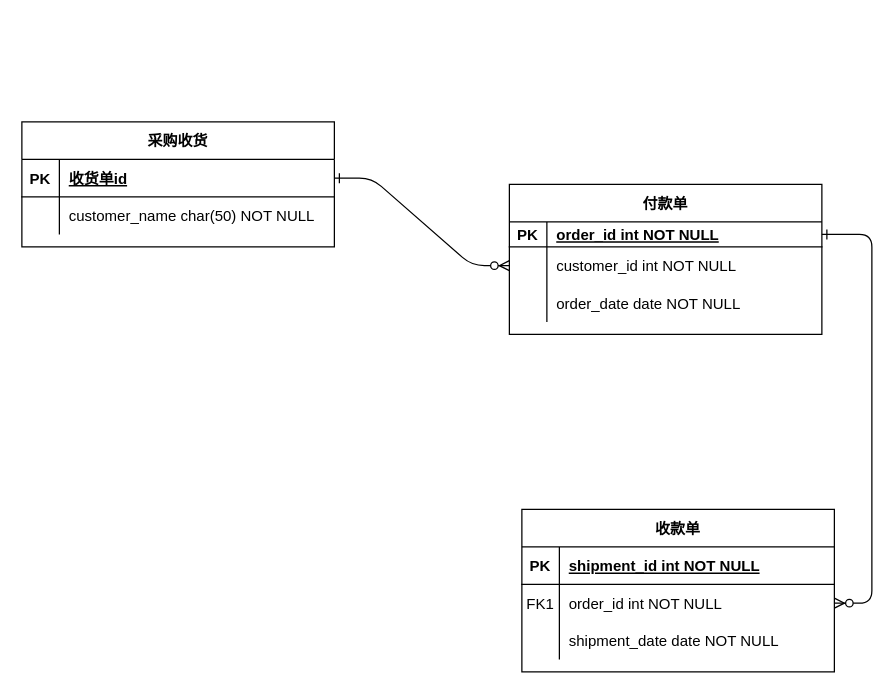
Earlier version of the draw.io diagram wason.drawio (lingpengzhou/diagrams.io). Source tidied: cells renumbered, new cells numbered last; positions are measured from the earlier drawing's top-left corner, leaving out a move shared by most shapes. Both pictures are drawn from the tidied source at 125%, with x=0, y=0 at pixel (21, 121).
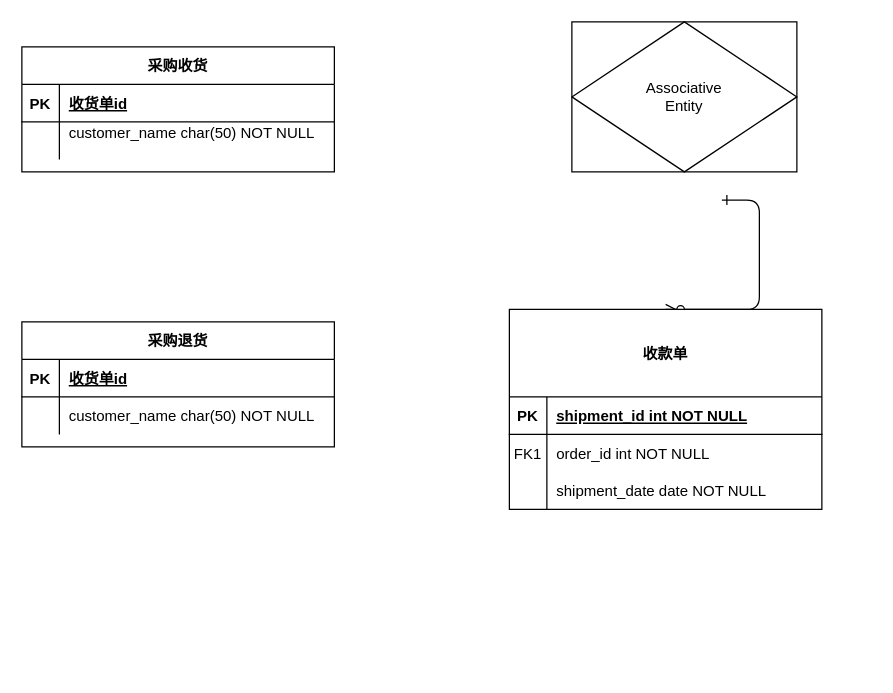
The same diagram, later.

The change refers to these unchanged cells:
```xml
<mxCell id="25" style="shape=partialRectangle;fillColor=none;points=[[0,0.5],[1,0.5]];portConstraint=eastwest;top=0;left=0;right=0;bottom=1;" parent="24" vertex="1">
  <mxGeometry y="30" width="250" height="30" as="geometry" />
</mxCell>
<mxCell id="28" style="shape=partialRectangle;fillColor=none;top=0;left=0;right=0;bottom=0;" parent="24" vertex="1">
  <mxGeometry y="60" width="250" height="30" as="geometry" />
</mxCell>
```

The edit, as a diff of the source:
```diff
@@
-    <mxCell id="2" style="edgeStyle=entityRelationEdgeStyle;endArrow=ERzeroToMany;startArrow=ERone;endFill=1;startFill=0;" parent="1" edge="1" source="25" target="8">
-      <mxGeometry relative="1" as="geometry" />
-    </mxCell>
-    <mxCell id="3" style="edgeStyle=entityRelationEdgeStyle;endArrow=ERzeroToMany;startArrow=ERone;endFill=1;startFill=0;" parent="1" edge="1" source="5" target="18">
-      <mxGeometry relative="1" as="geometry" />
+    <mxCell id="3" style="edgeStyle=entityRelationEdgeStyle;endArrow=ERzeroToMany;startArrow=ERone;endFill=1;startFill=0;entryX=0.5;entryY=0;entryDx=0;entryDy=0;" parent="1" edge="1" target="14">
+      <mxGeometry relative="1" as="geometry">
+        <mxPoint x="560" y="62.5" as="sourcePoint" />
+      </mxGeometry>
     </mxCell>
-    <mxCell id="4" value="付款单" style="shape=table;startSize=30;childLayout=tableLayout;rowLines=0;fontStyle=1;align=center;" parent="1" vertex="1">
-      <mxGeometry x="390" y="50" width="250" height="120" as="geometry" />
-    </mxCell>
-    <mxCell id="5" style="shape=partialRectangle;fillColor=none;points=[[0,0.5],[1,0.5]];portConstraint=eastwest;top=0;left=0;right=0;bottom=1;" parent="4" vertex="1">
-      <mxGeometry y="30" width="250" height="20" as="geometry" />
-    </mxCell>
-    <mxCell id="6" value="PK" style="shape=partialRectangle;overflow=hidden;fillColor=none;top=0;left=0;bottom=0;right=0;fontStyle=1;" parent="5" vertex="1">
-      <mxGeometry width="30" height="20" as="geometry" />
-    </mxCell>
-    <mxCell id="7" value="order_id int NOT NULL " style="shape=partialRectangle;overflow=hidden;fillColor=none;top=0;left=0;bottom=0;right=0;align=left;spacingLeft=6;fontStyle=5;" parent="5" vertex="1">
-      <mxGeometry x="30" width="220" height="20" as="geometry" />
-    </mxCell>
-    <mxCell id="8" style="shape=partialRectangle;fillColor=none;points=[[0,0.5],[1,0.5]];portConstraint=eastwest;top=0;left=0;right=0;bottom=0;" parent="4" vertex="1">
-      <mxGeometry y="50" width="250" height="30" as="geometry" />
-    </mxCell>
-    <mxCell id="9" style="shape=partialRectangle;overflow=hidden;fillColor=none;top=0;left=0;bottom=0;right=0;" parent="8" vertex="1">
-      <mxGeometry width="30" height="30" as="geometry" />
-    </mxCell>
-    <mxCell id="10" value="customer_id int NOT NULL" style="shape=partialRectangle;overflow=hidden;fillColor=none;top=0;left=0;bottom=0;right=0;align=left;spacingLeft=6;" parent="8" vertex="1">
-      <mxGeometry x="30" width="220" height="30" as="geometry" />
-    </mxCell>
-    <mxCell id="11" style="shape=partialRectangle;fillColor=none;top=0;left=0;right=0;bottom=0;" parent="4" vertex="1">
-      <mxGeometry y="80" width="250" height="30" as="geometry" />
-    </mxCell>
-    <mxCell id="12" style="shape=partialRectangle;overflow=hidden;fillColor=none;top=0;left=0;bottom=0;right=0;" parent="11" vertex="1">
-      <mxGeometry width="30" height="30" as="geometry" />
-    </mxCell>
-    <mxCell id="13" value="order_date date NOT NULL" style="shape=partialRectangle;overflow=hidden;fillColor=none;top=0;left=0;bottom=0;right=0;align=left;spacingLeft=6;" parent="11" vertex="1">
-      <mxGeometry x="30" width="220" height="30" as="geometry" />
-    </mxCell>
-    <mxCell id="14" value="收款单" style="shape=table;startSize=30;childLayout=tableLayout;rowLines=0;fontStyle=1;align=center;" parent="1" vertex="1">
-      <mxGeometry x="400" y="310" width="250" height="130" as="geometry" />
+    <mxCell id="14" value="收款单" style="shape=table;startSize=70;childLayout=tableLayout;rowLines=0;fontStyle=1;align=center;" parent="1" vertex="1">
+      <mxGeometry x="390" y="150" width="250" height="160" as="geometry" />
     </mxCell>
     <mxCell id="15" style="shape=partialRectangle;fillColor=none;top=0;left=0;right=0;bottom=1;" parent="14" vertex="1">
-      <mxGeometry y="30" width="250" height="30" as="geometry" />
+      <mxGeometry y="70" width="250" height="30" as="geometry" />
     </mxCell>
@@
     <mxCell id="18" style="shape=partialRectangle;fillColor=none;points=[[0,0.5],[1,0.5]];portConstraint=eastwest;top=0;left=0;right=0;bottom=0;" parent="14" vertex="1">
-      <mxGeometry y="60" width="250" height="30" as="geometry" />
+      <mxGeometry y="100" width="250" height="30" as="geometry" />
     </mxCell>
@@
     <mxCell id="21" style="shape=partialRectangle;fillColor=none;top=0;left=0;right=0;bottom=0;" parent="14" vertex="1">
-      <mxGeometry y="90" width="250" height="30" as="geometry" />
+      <mxGeometry y="130" width="250" height="30" as="geometry" />
     </mxCell>
@@
+    <mxCell id="31" value="采购退货" style="shape=table;startSize=30;childLayout=tableLayout;rowLines=0;fontStyle=1;align=center;" parent="1" vertex="1">
+      <mxGeometry y="160" width="250" height="100" as="geometry" />
+    </mxCell>
+    <mxCell id="32" style="shape=partialRectangle;fillColor=none;top=0;left=0;right=0;bottom=1;" parent="31" vertex="1">
+      <mxGeometry y="30" width="250" height="30" as="geometry" />
+    </mxCell>
+    <mxCell id="6" value="PK" style="shape=partialRectangle;overflow=hidden;fillColor=none;top=0;left=0;bottom=0;right=0;fontStyle=1;" parent="32" vertex="1">
+      <mxGeometry width="30" height="30" as="geometry" />
+    </mxCell>
+    <mxCell id="33" value="收货单id" style="shape=partialRectangle;overflow=hidden;fillColor=none;top=0;left=0;bottom=0;right=0;align=left;spacingLeft=6;fontStyle=5;" parent="32" vertex="1">
+      <mxGeometry x="30" width="220" height="30" as="geometry" />
+    </mxCell>
+    <mxCell id="34" style="shape=partialRectangle;fillColor=none;top=0;left=0;right=0;bottom=0;" parent="31" vertex="1">
+      <mxGeometry y="60" width="250" height="30" as="geometry" />
+    </mxCell>
+    <mxCell id="35" style="shape=partialRectangle;overflow=hidden;fillColor=none;top=0;left=0;bottom=0;right=0;" parent="34" vertex="1">
+      <mxGeometry width="30" height="30" as="geometry" />
+    </mxCell>
+    <mxCell id="36" value="customer_name char(50) NOT NULL" style="shape=partialRectangle;overflow=hidden;fillColor=none;top=0;left=0;bottom=0;right=0;align=left;spacingLeft=6;" parent="34" vertex="1">
+      <mxGeometry x="30" width="220" height="30" as="geometry" />
+    </mxCell>
     <mxCell id="24" value="采购收货" style="shape=table;startSize=30;childLayout=tableLayout;rowLines=0;fontStyle=1;align=center;" parent="1" vertex="1">
-      <mxGeometry width="250" height="100" as="geometry" />
+      <mxGeometry y="-60" width="250" height="100" as="geometry" />
     </mxCell>
@@
-    <mxCell id="30" value="customer_name char(50) NOT NULL" style="shape=partialRectangle;overflow=hidden;fillColor=none;top=0;left=0;bottom=0;right=0;align=left;spacingLeft=6;" parent="28" vertex="1">
+    <mxCell id="30" value="customer_name char(50) NOT NULL&#10;&#10;&#10;" style="shape=partialRectangle;overflow=hidden;fillColor=none;top=0;left=0;bottom=0;right=0;align=left;spacingLeft=6;" parent="28" vertex="1">
       <mxGeometry x="30" width="220" height="30" as="geometry" />
     </mxCell>
+    <mxCell id="37" value="Associative&#10;Entity" style="shape=associativeEntity;whiteSpace=wrap;html=1;align=center;" parent="1" vertex="1">
+      <mxGeometry x="440" y="-80" width="180" height="120" as="geometry" />
+    </mxCell>
```
